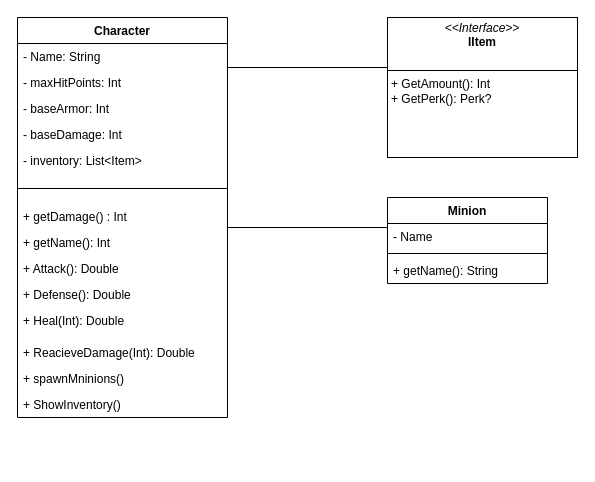
The draw.io diagram Minions.drawio in rmungar/Primeras_Pruebas_CSharp_CSharp, before the edit. Source tidied: cells renumbered, new cells numbered last; positions are measured from the earlier drawing's top-left corner, leaving out a move shared by most shapes. Both pictures are drawn from the tidied source at 100%, with x=0, y=0 at pixel (17, 17).
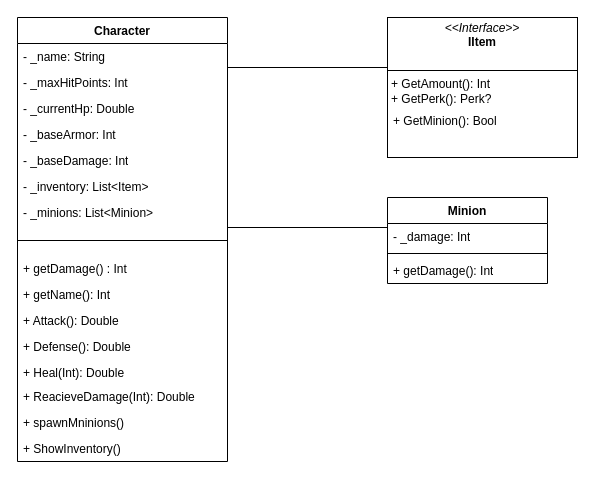
The same diagram, later.

The change refers to these unchanged cells:
```xml
<mxCell id="19" value="Minion" style="swimlane;fontStyle=1;align=center;verticalAlign=top;horizontal=1;startSize=26;whiteSpace=wrap;html=1;" parent="1" vertex="1">
  <mxGeometry x="370" y="180" width="160" height="86" as="geometry" />
</mxCell>
```

Diff of the diagram source:
```diff
@@
     <mxCell id="2" value="Character" style="swimlane;fontStyle=1;align=center;verticalAlign=top;horizontal=1;startSize=26;whiteSpace=wrap;html=1;" parent="1" vertex="1">
-      <mxGeometry width="210" height="400" as="geometry" />
+      <mxGeometry width="210" height="444" as="geometry" />
     </mxCell>
-    <mxCell id="3" value="- Name: String" style="text;strokeColor=none;fillColor=none;align=left;verticalAlign=top;spacingLeft=4;spacingRight=4;overflow=hidden;whiteSpace=wrap;html=1;" parent="2" vertex="1">
+    <mxCell id="3" value="- _name: String" style="text;strokeColor=none;fillColor=none;align=left;verticalAlign=top;spacingLeft=4;spacingRight=4;overflow=hidden;whiteSpace=wrap;html=1;" parent="2" vertex="1">
       <mxGeometry y="26" width="210" height="26" as="geometry" />
     </mxCell>
-    <mxCell id="4" value="- maxHitPoints: Int" style="text;strokeColor=none;fillColor=none;align=left;verticalAlign=top;spacingLeft=4;spacingRight=4;overflow=hidden;whiteSpace=wrap;html=1;" parent="2" vertex="1">
+    <mxCell id="4" value="- _maxHitPoints: Int" style="text;strokeColor=none;fillColor=none;align=left;verticalAlign=top;spacingLeft=4;spacingRight=4;overflow=hidden;whiteSpace=wrap;html=1;" parent="2" vertex="1">
       <mxGeometry y="52" width="210" height="26" as="geometry" />
     </mxCell>
+    <mxCell id="24" value="- _currentHp: Double" style="text;strokeColor=none;fillColor=none;align=left;verticalAlign=top;spacingLeft=4;spacingRight=4;overflow=hidden;whiteSpace=wrap;html=1;" parent="2" vertex="1">
+      <mxGeometry y="78" width="210" height="26" as="geometry" />
+    </mxCell>
-    <mxCell id="5" value="- baseArmor: Int" style="text;strokeColor=none;fillColor=none;align=left;verticalAlign=top;spacingLeft=4;spacingRight=4;overflow=hidden;whiteSpace=wrap;html=1;" parent="2" vertex="1">
-      <mxGeometry y="78" width="210" height="26" as="geometry" />
+    <mxCell id="5" value="- _baseArmor: Int" style="text;strokeColor=none;fillColor=none;align=left;verticalAlign=top;spacingLeft=4;spacingRight=4;overflow=hidden;whiteSpace=wrap;html=1;" parent="2" vertex="1">
+      <mxGeometry y="104" width="210" height="26" as="geometry" />
     </mxCell>
-    <mxCell id="6" value="- baseDamage: Int" style="text;strokeColor=none;fillColor=none;align=left;verticalAlign=top;spacingLeft=4;spacingRight=4;overflow=hidden;whiteSpace=wrap;html=1;" parent="2" vertex="1">
-      <mxGeometry y="104" width="210" height="26" as="geometry" />
+    <mxCell id="6" value="- _baseDamage: Int" style="text;strokeColor=none;fillColor=none;align=left;verticalAlign=top;spacingLeft=4;spacingRight=4;overflow=hidden;whiteSpace=wrap;html=1;" parent="2" vertex="1">
+      <mxGeometry y="130" width="210" height="26" as="geometry" />
     </mxCell>
-    <mxCell id="7" value="- inventory: List&amp;lt;Item&amp;gt;" style="text;strokeColor=none;fillColor=none;align=left;verticalAlign=top;spacingLeft=4;spacingRight=4;overflow=hidden;whiteSpace=wrap;html=1;" parent="2" vertex="1">
-      <mxGeometry y="130" width="210" height="26" as="geometry" />
+    <mxCell id="7" value="- _inventory: List&amp;lt;Item&amp;gt;" style="text;strokeColor=none;fillColor=none;align=left;verticalAlign=top;spacingLeft=4;spacingRight=4;overflow=hidden;whiteSpace=wrap;html=1;" parent="2" vertex="1">
+      <mxGeometry y="156" width="210" height="26" as="geometry" />
     </mxCell>
+    <mxCell id="25" value="- _minions: List&amp;lt;Minion&amp;gt;" style="text;strokeColor=none;fillColor=none;align=left;verticalAlign=top;spacingLeft=4;spacingRight=4;overflow=hidden;whiteSpace=wrap;html=1;" parent="2" vertex="1">
+      <mxGeometry y="182" width="210" height="26" as="geometry" />
+    </mxCell>
     <mxCell id="8" style="line;strokeWidth=1;fillColor=none;align=left;verticalAlign=middle;spacingTop=-1;spacingLeft=3;spacingRight=3;labelPosition=right;strokeColor=inherit;" parent="2" vertex="1">
-      <mxGeometry y="156" width="210" height="30" as="geometry" />
+      <mxGeometry y="208" width="210" height="30" as="geometry" />
     </mxCell>
     <mxCell id="9" value="+ getDamage() : Int" style="text;strokeColor=none;fillColor=none;align=left;verticalAlign=top;spacingLeft=4;spacingRight=4;overflow=hidden;whiteSpace=wrap;html=1;" parent="2" vertex="1">
-      <mxGeometry y="186" width="210" height="26" as="geometry" />
+      <mxGeometry y="238" width="210" height="26" as="geometry" />
     </mxCell>
     <mxCell id="10" value="+ getName(): Int" style="text;strokeColor=none;fillColor=none;align=left;verticalAlign=top;spacingLeft=4;spacingRight=4;overflow=hidden;whiteSpace=wrap;html=1;" parent="2" vertex="1">
-      <mxGeometry y="212" width="210" height="26" as="geometry" />
+      <mxGeometry y="264" width="210" height="26" as="geometry" />
     </mxCell>
     <mxCell id="11" value="+ Attack(): Double" style="text;strokeColor=none;fillColor=none;align=left;verticalAlign=top;spacingLeft=4;spacingRight=4;overflow=hidden;whiteSpace=wrap;html=1;" parent="2" vertex="1">
-      <mxGeometry y="238" width="210" height="26" as="geometry" />
+      <mxGeometry y="290" width="210" height="26" as="geometry" />
     </mxCell>
     <mxCell id="12" value="+ Defense(): Double" style="text;strokeColor=none;fillColor=none;align=left;verticalAlign=top;spacingLeft=4;spacingRight=4;overflow=hidden;whiteSpace=wrap;html=1;" parent="2" vertex="1">
-      <mxGeometry y="264" width="210" height="26" as="geometry" />
+      <mxGeometry y="316" width="210" height="26" as="geometry" />
     </mxCell>
     <mxCell id="13" value="+ Heal(Int): Double" style="text;strokeColor=none;fillColor=none;align=left;verticalAlign=top;spacingLeft=4;spacingRight=4;overflow=hidden;whiteSpace=wrap;html=1;" parent="2" vertex="1">
-      <mxGeometry y="290" width="210" height="32" as="geometry" />
+      <mxGeometry y="342" width="210" height="24" as="geometry" />
     </mxCell>
     <mxCell id="14" value="+ ReacieveDamage(Int): Double" style="text;strokeColor=none;fillColor=none;align=left;verticalAlign=top;spacingLeft=4;spacingRight=4;overflow=hidden;whiteSpace=wrap;html=1;" parent="2" vertex="1">
-      <mxGeometry y="322" width="210" height="26" as="geometry" />
+      <mxGeometry y="366" width="210" height="26" as="geometry" />
     </mxCell>
     <mxCell id="15" value="+ spawnMninions()" style="text;strokeColor=none;fillColor=none;align=left;verticalAlign=top;spacingLeft=4;spacingRight=4;overflow=hidden;whiteSpace=wrap;html=1;" parent="2" vertex="1">
-      <mxGeometry y="348" width="210" height="26" as="geometry" />
+      <mxGeometry y="392" width="210" height="26" as="geometry" />
     </mxCell>
     <mxCell id="16" value="+ ShowInventory()" style="text;strokeColor=none;fillColor=none;align=left;verticalAlign=top;spacingLeft=4;spacingRight=4;overflow=hidden;whiteSpace=wrap;html=1;" parent="2" vertex="1">
-      <mxGeometry y="374" width="210" height="26" as="geometry" />
+      <mxGeometry y="418" width="210" height="26" as="geometry" />
     </mxCell>
@@
-    <mxCell id="20" value="- Name" style="text;strokeColor=none;fillColor=none;align=left;verticalAlign=top;spacingLeft=4;spacingRight=4;overflow=hidden;whiteSpace=wrap;html=1;" parent="19" vertex="1">
+    <mxCell id="20" value="- _damage: Int" style="text;strokeColor=none;fillColor=none;align=left;verticalAlign=top;spacingLeft=4;spacingRight=4;overflow=hidden;whiteSpace=wrap;html=1;" parent="19" vertex="1">
       <mxGeometry y="26" width="160" height="26" as="geometry" />
     </mxCell>
@@
-    <mxCell id="22" value="+ getName(): String" style="text;strokeColor=none;fillColor=none;align=left;verticalAlign=top;spacingLeft=4;spacingRight=4;overflow=hidden;whiteSpace=wrap;html=1;" parent="19" vertex="1">
+    <mxCell id="22" value="+ getDamage(): Int" style="text;strokeColor=none;fillColor=none;align=left;verticalAlign=top;spacingLeft=4;spacingRight=4;overflow=hidden;whiteSpace=wrap;html=1;" parent="19" vertex="1">
       <mxGeometry y="60" width="160" height="26" as="geometry" />
     </mxCell>
@@
+    <mxCell id="26" value="+ GetMinion(): Bool" style="text;strokeColor=none;fillColor=none;align=left;verticalAlign=top;spacingLeft=4;spacingRight=4;overflow=hidden;whiteSpace=wrap;html=1;" parent="1" vertex="1">
+      <mxGeometry x="370" y="90" width="190" height="26" as="geometry" />
+    </mxCell>
```
